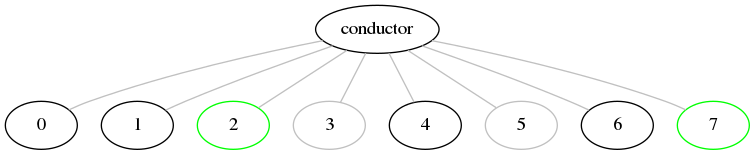
This is content/assets/images/digraph_step8.png from owulveryck/blog, a Graphviz export, as it was before one commit. Its source is kept beside it as content/assets/orchestrate-a-digraph-with-goroutine/digraph_step8.dot.
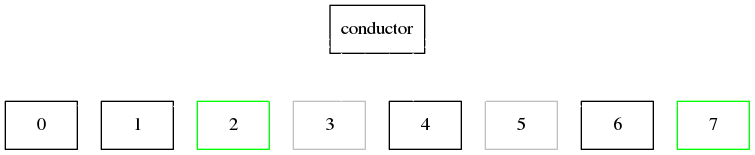
After the commit.

Diff of the diagram source:
```diff
@@ -1,4 +1,5 @@
 digraph g {
+    node [ shape = polygon, sides = 4 ]
     0 [color=black]
     1 [color=black]
     2 [color=green]
@@ -8,7 +9,7 @@
     6 [color=black]
     7 [color=green]
     subgraph A {
-        edge [dir=none, color=grey]
+        edge [dir=none, color=white]
         conductor -> 0
         conductor -> 1
         conductor -> 2
```
